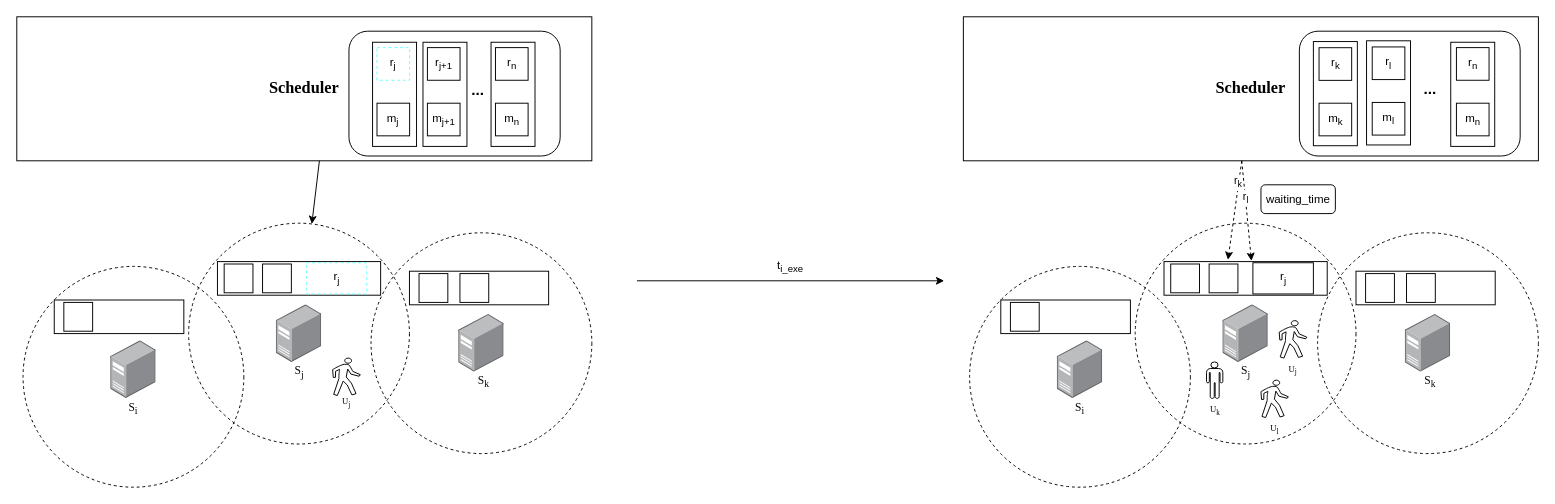
Earlier version of the draw.io diagram transfer_cost.drawio (DCLe-DA/Learning-DL-by-Hand). Source tidied: cells renumbered, new cells numbered last; positions are measured from the earlier drawing's top-left corner, leaving out a move shared by most shapes. Both pictures are drawn from the tidied source at 96%, with x=0, y=0 at pixel (16, 16).
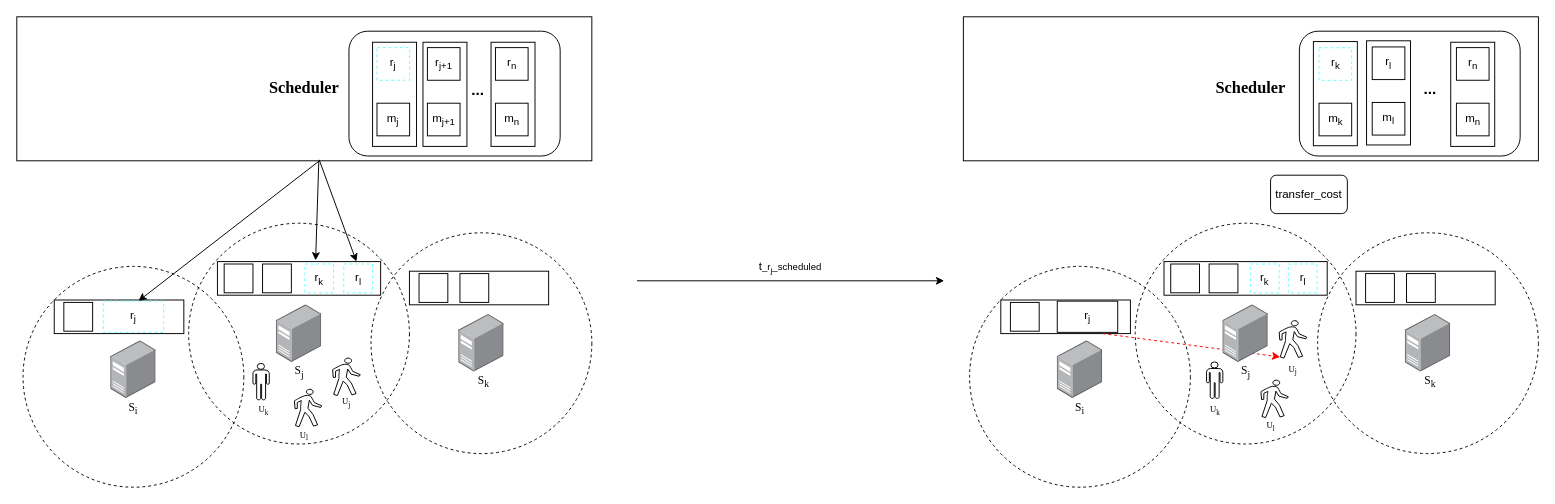
After the change.

The change refers to these unchanged cells:
```xml
<mxCell id="5" style="ellipse;whiteSpace=wrap;html=1;dashed=1;fillColor=none;" parent="1" vertex="1">
  <mxGeometry x="179" y="215" width="230" height="230" as="geometry" />
</mxCell>
<mxCell id="14" style="rounded=0;whiteSpace=wrap;html=1;" parent="1" vertex="1">
  <mxGeometry x="39" y="295" width="135" height="35" as="geometry" />
</mxCell>
<mxCell id="43" style="group;" parent="1" vertex="1">
  <mxGeometry x="1350.6" y="25.8" width="45.8" height="108.5" as="geometry" />
</mxCell>
<mxCell id="51" style="group;" parent="1" vertex="1">
  <mxGeometry x="992.5" y="215" width="592.5" height="275" as="geometry" />
</mxCell>
<mxCell id="62" style="rounded=0;whiteSpace=wrap;html=1;" parent="51" vertex="1">
  <mxGeometry x="202.5" y="40" width="170" height="35" as="geometry" />
</mxCell>
<mxCell id="64" style="shape=mxgraph.signs.people.walking;html=1;fillColor=none;strokeColor=default;verticalLabelPosition=bottom;verticalAlign=top;align=center;sketch=0;" parent="51" vertex="1">
  <mxGeometry x="322.5" y="101.5" width="28.8" height="39" as="geometry" />
</mxCell>
```

The edit, as a diff of the source:
```diff
@@
-    <mxCell id="35" style="endArrow=classic;html=1;rounded=0;" parent="1" edge="1" target="5">
+    <mxCell id="35" style="endArrow=classic;html=1;rounded=0;entryX=0.65;entryY=0.029;entryDx=0;entryDy=0;entryPerimeter=0;" parent="1" edge="1" target="14">
       <mxGeometry relative="1" as="geometry">
         <mxPoint x="315.2" y="150" as="sourcePoint" />
       </mxGeometry>
     </mxCell>
     <mxCell id="36" value="r&lt;sub&gt;j&lt;/sub&gt;" style="rounded=0;whiteSpace=wrap;html=1;strokeColor=#66FFFF;dashed=1;" parent="1" vertex="1">
-      <mxGeometry x="301.6" y="256.2" width="63" height="32.5" as="geometry" />
+      <mxGeometry x="90" y="296.2" width="63" height="32.5" as="geometry" />
     </mxCell>
@@
-    <mxCell id="38" value="t&lt;sub&gt;i_exe&lt;/sub&gt;" style="text;strokeColor=none;align=center;fillColor=none;html=1;verticalAlign=middle;whiteSpace=wrap;rounded=0;" parent="1" vertex="1">
+    <mxCell id="38" value="t&lt;span style=&quot;font-size: 10px;&quot;&gt;_r&lt;sub&gt;j&lt;/sub&gt;_scheduled&lt;/span&gt;" style="text;strokeColor=none;align=center;fillColor=none;html=1;verticalAlign=middle;whiteSpace=wrap;rounded=0;" parent="1" vertex="1">
       <mxGeometry x="776" y="245" width="60" height="30" as="geometry" />
     </mxCell>
@@
-    <mxCell id="45" value="r&lt;sub&gt;k&lt;/sub&gt;" style="whiteSpace=wrap;html=1;" parent="43" vertex="1">
+    <mxCell id="45" value="r&lt;sub&gt;k&lt;/sub&gt;" style="whiteSpace=wrap;html=1;strokeColor=#66FFFF;dashed=1;" parent="43" vertex="1">
       <mxGeometry x="5.9" y="6.4" width="34" height="34" as="geometry" />
     </mxCell>
@@
-    <mxCell id="55" style="image;html=1;align=center;shadow=0;dashed=0;image=img/lib/allied_telesis/computer_and_terminals/Server_Desktop.svg;" parent="51" vertex="1">
-      <mxGeometry x="263.8" y="85" width="47.3" height="60" as="geometry" />
-    </mxCell>
@@
     <mxCell id="71" value="r&lt;sub&gt;j&lt;/sub&gt;" style="rounded=0;whiteSpace=wrap;html=1;strokeColor=#000000;" parent="51" vertex="1">
-      <mxGeometry x="295.1" y="41.2" width="63" height="32.5" as="geometry" />
+      <mxGeometry x="91.3" y="81.2" width="63" height="32.5" as="geometry" />
     </mxCell>
@@
+    <mxCell id="81" value="r&lt;sub&gt;l&lt;/sub&gt;" style="whiteSpace=wrap;html=1;dashed=1;strokeColor=#66FFFF;" parent="51" vertex="1">
+      <mxGeometry x="332" y="42.5" width="30" height="30" as="geometry" />
+    </mxCell>
+    <mxCell id="82" style="endArrow=classic;html=1;rounded=0;entryX=0.035;entryY=0.97;entryDx=0;entryDy=0;entryPerimeter=0;strokeColor=#FF0000;dashed=1;" parent="51" edge="1" target="64">
+      <mxGeometry relative="1" as="geometry">
+        <mxPoint x="138.7" y="115" as="sourcePoint" />
+      </mxGeometry>
+    </mxCell>
+    <mxCell id="83" value="r&lt;sub&gt;k&lt;/sub&gt;" style="whiteSpace=wrap;html=1;dashed=1;strokeColor=#66FFFF;" parent="51" vertex="1">
+      <mxGeometry x="292.5" y="42.5" width="30" height="30" as="geometry" />
+    </mxCell>
+    <mxCell id="55" style="image;html=1;align=center;shadow=0;dashed=0;image=img/lib/allied_telesis/computer_and_terminals/Server_Desktop.svg;" parent="51" vertex="1">
+      <mxGeometry x="263.8" y="85" width="47.3" height="60" as="geometry" />
+    </mxCell>
+    <mxCell id="84" value="&lt;font style=&quot;font-size: 9px;&quot; face=&quot;Times New Roman&quot;&gt;U&lt;sub&gt;l&lt;/sub&gt;&lt;/font&gt;" style="text;strokeColor=none;align=center;fillColor=none;html=1;verticalAlign=middle;whiteSpace=wrap;rounded=0;" parent="51" vertex="1">
+      <mxGeometry x="292.5" y="200" width="42.5" height="20" as="geometry" />
+    </mxCell>
+    <mxCell id="85" value="&lt;font style=&quot;font-size: 9px;&quot; face=&quot;Times New Roman&quot;&gt;U&lt;sub&gt;k&lt;/sub&gt;&lt;/font&gt;" style="text;strokeColor=none;align=center;fillColor=none;html=1;verticalAlign=middle;whiteSpace=wrap;rounded=0;" parent="51" vertex="1">
+      <mxGeometry x="234.1" y="182.5" width="42.5" height="20" as="geometry" />
+    </mxCell>
+    <mxCell id="86" value="transfer_cost" style="rounded=1;whiteSpace=wrap;html=1;" parent="1" vertex="1">
+      <mxGeometry x="1306" y="165" width="80" height="40" as="geometry" />
+    </mxCell>
+    <mxCell id="87" value="r&lt;sub&gt;k&lt;/sub&gt;" style="whiteSpace=wrap;html=1;dashed=1;strokeColor=#66FFFF;" parent="1" vertex="1">
+      <mxGeometry x="300" y="257.5" width="30" height="30" as="geometry" />
+    </mxCell>
+    <mxCell id="88" value="r&lt;sub&gt;l&lt;/sub&gt;" style="whiteSpace=wrap;html=1;dashed=1;strokeColor=#66FFFF;" parent="1" vertex="1">
+      <mxGeometry x="340.6" y="257.5" width="30" height="30" as="geometry" />
+    </mxCell>
+    <mxCell id="89" style="shape=mxgraph.signs.people.man_1;html=1;fillColor=none;strokeColor=default;verticalLabelPosition=bottom;verticalAlign=top;align=center;sketch=0;" parent="1" vertex="1">
+      <mxGeometry x="246" y="361" width="17" height="38" as="geometry" />
+    </mxCell>
-    <mxCell id="74" value="&lt;font style=&quot;font-size: 9px;&quot; face=&quot;Times New Roman&quot;&gt;U&lt;sub&gt;k&lt;/sub&gt;&lt;/font&gt;" style="text;strokeColor=none;align=center;fillColor=none;html=1;verticalAlign=middle;whiteSpace=wrap;rounded=0;" parent="51" vertex="1">
-      <mxGeometry x="234.1" y="182.5" width="42.5" height="20" as="geometry" />
+    <mxCell id="74" value="&lt;font style=&quot;font-size: 9px;&quot; face=&quot;Times New Roman&quot;&gt;U&lt;sub&gt;k&lt;/sub&gt;&lt;/font&gt;" style="text;strokeColor=none;align=center;fillColor=none;html=1;verticalAlign=middle;whiteSpace=wrap;rounded=0;" parent="1" vertex="1">
+      <mxGeometry x="236" y="397.5" width="42.5" height="20" as="geometry" />
     </mxCell>
+    <mxCell id="90" style="shape=mxgraph.signs.people.walking;html=1;fillColor=none;strokeColor=default;verticalLabelPosition=bottom;verticalAlign=top;align=center;sketch=0;" parent="1" vertex="1">
+      <mxGeometry x="289.2" y="388" width="28.5" height="39" as="geometry" />
+    </mxCell>
-    <mxCell id="75" value="&lt;font style=&quot;font-size: 9px;&quot; face=&quot;Times New Roman&quot;&gt;U&lt;sub&gt;l&lt;/sub&gt;&lt;/font&gt;" style="text;strokeColor=none;align=center;fillColor=none;html=1;verticalAlign=middle;whiteSpace=wrap;rounded=0;" parent="51" vertex="1">
-      <mxGeometry x="296.5" y="202.5" width="42.5" height="20" as="geometry" />
+    <mxCell id="75" value="&lt;font style=&quot;font-size: 9px;&quot; face=&quot;Times New Roman&quot;&gt;U&lt;sub&gt;l&lt;/sub&gt;&lt;/font&gt;" style="text;strokeColor=none;align=center;fillColor=none;html=1;verticalAlign=middle;whiteSpace=wrap;rounded=0;" parent="1" vertex="1">
+      <mxGeometry x="278.3" y="425" width="42.5" height="20" as="geometry" />
     </mxCell>
-    <mxCell id="76" style="endArrow=classic;html=1;rounded=0;entryX=0.392;entryY=-0.053;entryDx=0;entryDy=0;entryPerimeter=0;dashed=1;" parent="1" edge="1" target="62">
-      <mxGeometry relative="1" as="geometry">
-        <mxPoint x="1276" y="150" as="sourcePoint" />
-      </mxGeometry>
-    </mxCell>
-    <mxCell id="77" value="r&lt;sub&gt;k&lt;/sub&gt;" style="edgeLabel;html=1;align=center;verticalAlign=middle;" parent="76" vertex="1">
-      <mxGeometry x="-0.56" y="-1" relative="1" as="geometry" />
-    </mxCell>
-    <mxCell id="78" style="endArrow=classic;html=1;rounded=0;entryX=0.536;entryY=-0.02;entryDx=0;entryDy=0;entryPerimeter=0;dashed=1;" parent="1" edge="1" target="62">
-      <mxGeometry relative="1" as="geometry">
-        <mxPoint x="1276" y="150" as="sourcePoint" />
-      </mxGeometry>
-    </mxCell>
-    <mxCell id="79" value="r&lt;sub&gt;l&lt;/sub&gt;" style="edgeLabel;html=1;align=center;verticalAlign=middle;" parent="78" vertex="1">
-      <mxGeometry x="-0.25" relative="1" as="geometry" />
-    </mxCell>
-    <mxCell id="80" value="waiting_time" style="rounded=1;whiteSpace=wrap;html=1;" parent="1" vertex="1">
-      <mxGeometry x="1296" y="175" width="77.5" height="30" as="geometry" />
-    </mxCell>
+    <mxCell id="91" style="endArrow=classic;html=1;rounded=0;entryX=0.376;entryY=-0.126;entryDx=0;entryDy=0;entryPerimeter=0;" parent="1" edge="1" target="87">
+      <mxGeometry relative="1" as="geometry">
+        <mxPoint x="314.6" y="150" as="sourcePoint" />
+      </mxGeometry>
+    </mxCell>
+    <mxCell id="92" style="endArrow=classic;html=1;rounded=0;entryX=0.376;entryY=-0.126;entryDx=0;entryDy=0;entryPerimeter=0;" parent="1" edge="1">
+      <mxGeometry relative="1" as="geometry">
+        <mxPoint x="315" y="149" as="sourcePoint" />
+        <mxPoint x="353.8" y="255" as="targetPoint" />
+      </mxGeometry>
+    </mxCell>
```
